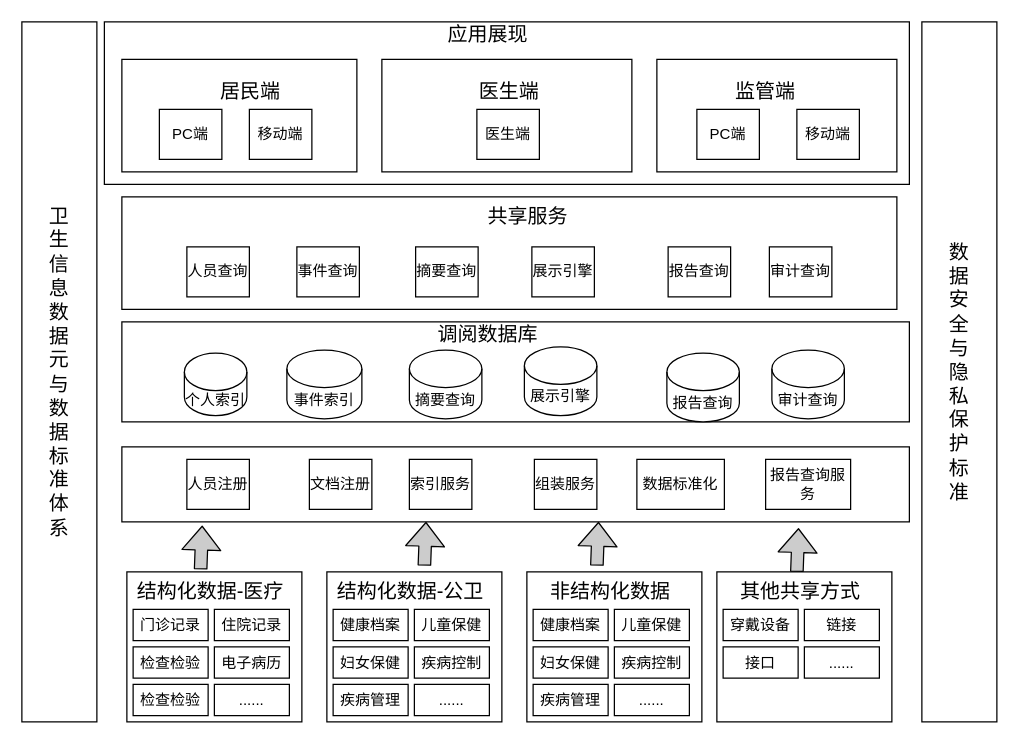
Earlier version of the draw.io diagram 电子健康档案开放便民.drawio (SmileCJX/processon). Source tidied: cells renumbered, new cells numbered last; positions are measured from the earlier drawing's top-left corner, leaving out a move shared by most shapes. Both pictures are drawn from the tidied source at 125%, with x=0, y=0 at pixel (21, 21).
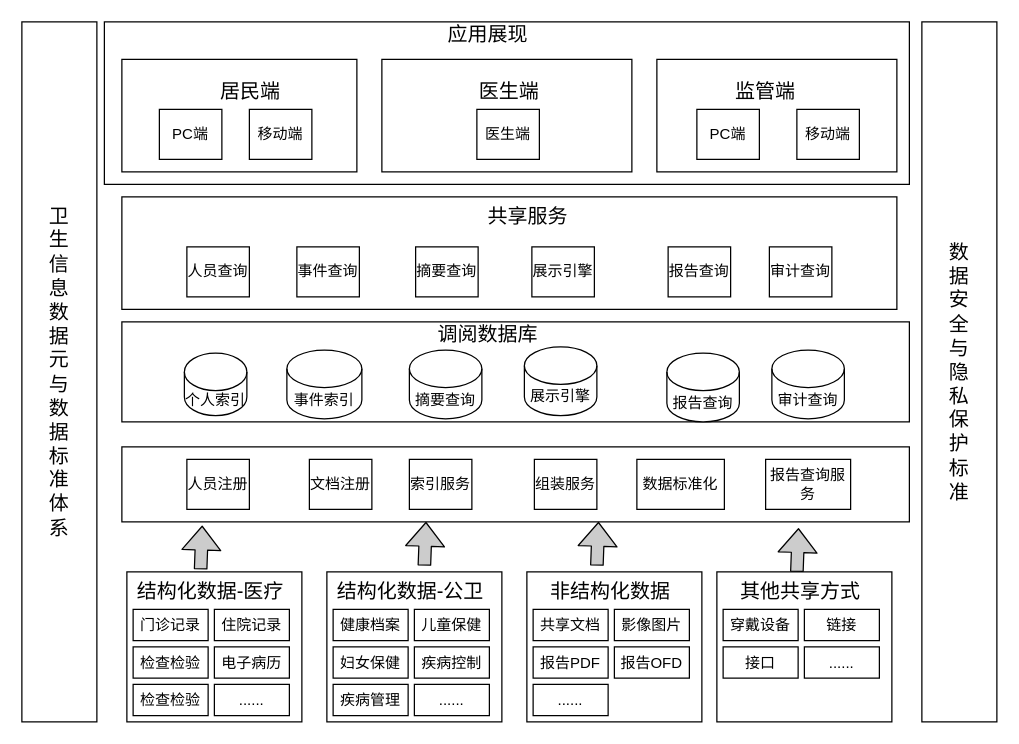
After the change.

Commit message:
更新电子健康档案开放便民.drawio

Diff of the diagram source:
```diff
@@
-    <mxCell id="56" value="健康档案" style="rounded=0;whiteSpace=wrap;html=1;fontSize=12;" parent="1" vertex="1">
+    <mxCell id="56" value="共享文档" style="rounded=0;whiteSpace=wrap;html=1;fontSize=12;" parent="1" vertex="1">
       <mxGeometry x="409" y="470" width="60" height="25" as="geometry" />
     </mxCell>
-    <mxCell id="57" value="儿童保健" style="rounded=0;whiteSpace=wrap;html=1;fontSize=12;" parent="1" vertex="1">
+    <mxCell id="57" value="影像图片" style="rounded=0;whiteSpace=wrap;html=1;fontSize=12;" parent="1" vertex="1">
       <mxGeometry x="474" y="470" width="60" height="25" as="geometry" />
     </mxCell>
-    <mxCell id="58" value="妇女保健" style="rounded=0;whiteSpace=wrap;html=1;fontSize=12;" parent="1" vertex="1">
+    <mxCell id="58" value="报告PDF" style="rounded=0;whiteSpace=wrap;html=1;fontSize=12;" parent="1" vertex="1">
       <mxGeometry x="409" y="500" width="60" height="25" as="geometry" />
     </mxCell>
-    <mxCell id="59" value="疾病控制" style="rounded=0;whiteSpace=wrap;html=1;fontSize=12;" parent="1" vertex="1">
+    <mxCell id="59" value="报告OFD" style="rounded=0;whiteSpace=wrap;html=1;fontSize=12;" parent="1" vertex="1">
       <mxGeometry x="474" y="500" width="60" height="25" as="geometry" />
     </mxCell>
-    <mxCell id="60" value="疾病管理" style="rounded=0;whiteSpace=wrap;html=1;fontSize=12;" parent="1" vertex="1">
+    <mxCell id="60" value="......" style="rounded=0;whiteSpace=wrap;html=1;fontSize=12;" parent="1" vertex="1">
       <mxGeometry x="409" y="530" width="60" height="25" as="geometry" />
     </mxCell>
-    <mxCell id="61" value="......" style="rounded=0;whiteSpace=wrap;html=1;fontSize=12;" parent="1" vertex="1">
-      <mxGeometry x="474" y="530" width="60" height="25" as="geometry" />
-    </mxCell>
```
